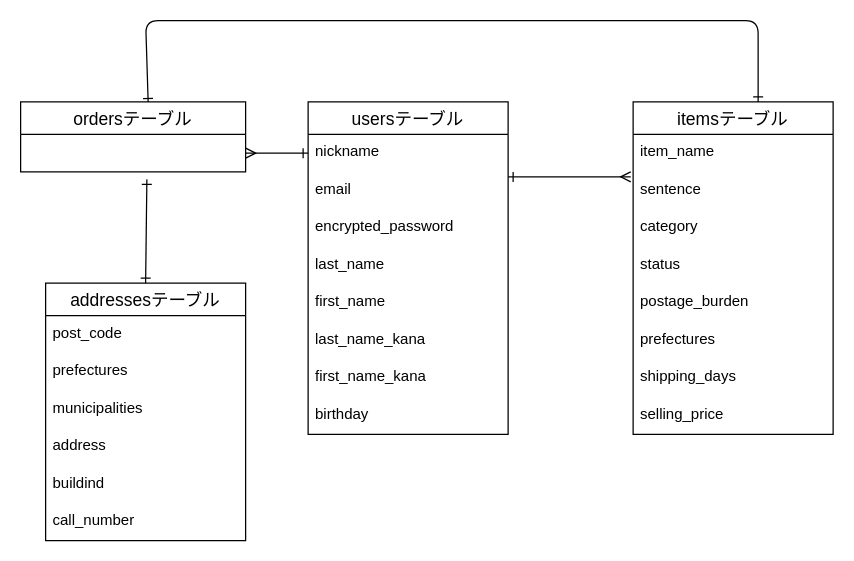
Shibasaki-Suzuka/furima-39101 keeps this draw.io diagram as furima.dio. Above is the earlier version. Source tidied: cells renumbered, new cells numbered last; positions are measured from the earlier drawing's top-left corner, leaving out a move shared by most shapes. Both pictures are drawn from the tidied source at 125%, with x=0, y=0 at pixel (20, 20).
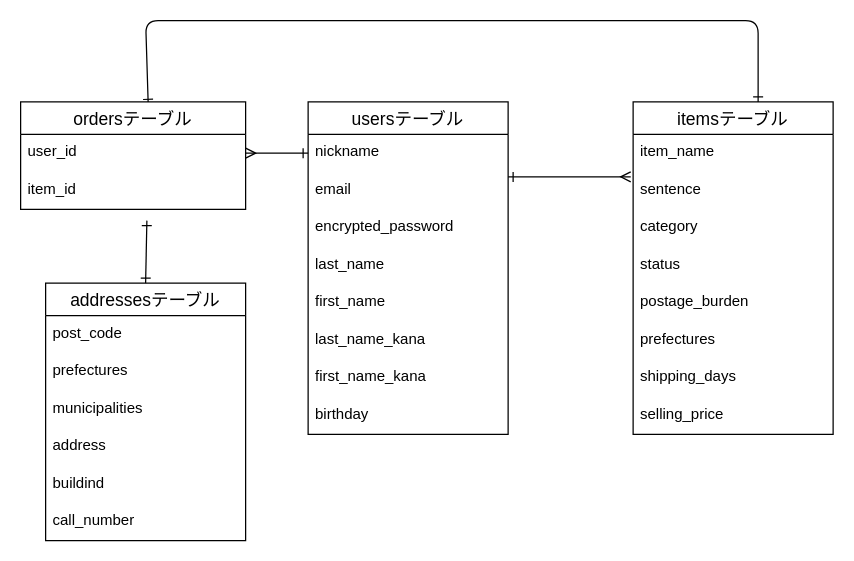
The same page after the edit.

Change to the diagram source:
```diff
@@
     <mxCell id="28" value="ordersテーブル" style="swimlane;fontStyle=0;horizontal=1;startSize=26;align=center;fontSize=14;rounded=0;" parent="1" vertex="1">
-      <mxGeometry y="65" width="180" height="56" as="geometry" />
+      <mxGeometry y="65" width="180" height="86" as="geometry" />
     </mxCell>
+    <mxCell id="32" value="user_id" style="text;strokeColor=none;fillColor=none;spacingLeft=4;spacingRight=4;overflow=hidden;fontSize=12;" parent="28" vertex="1">
+      <mxGeometry y="26" width="180" height="30" as="geometry" />
+    </mxCell>
+    <mxCell id="33" value="item_id" style="text;strokeColor=none;fillColor=none;spacingLeft=4;spacingRight=4;overflow=hidden;fontSize=12;" parent="28" vertex="1">
+      <mxGeometry y="56" width="180" height="30" as="geometry" />
+    </mxCell>
@@
-    <mxCell id="31" style="edgeStyle=none;html=1;entryX=0.561;entryY=1.2;entryDx=0;entryDy=0;startArrow=ERone;startFill=0;endArrow=ERone;endFill=0;entryPerimeter=0;" parent="1" edge="1">
+    <mxCell id="31" style="edgeStyle=none;html=1;startArrow=ERone;startFill=0;endArrow=ERone;endFill=0;" parent="1" edge="1">
       <mxGeometry relative="1" as="geometry">
         <mxPoint x="100" y="210" as="sourcePoint" />
-        <mxPoint x="101" y="127" as="targetPoint" />
+        <mxPoint x="101" y="160" as="targetPoint" />
       </mxGeometry>
     </mxCell>
```
